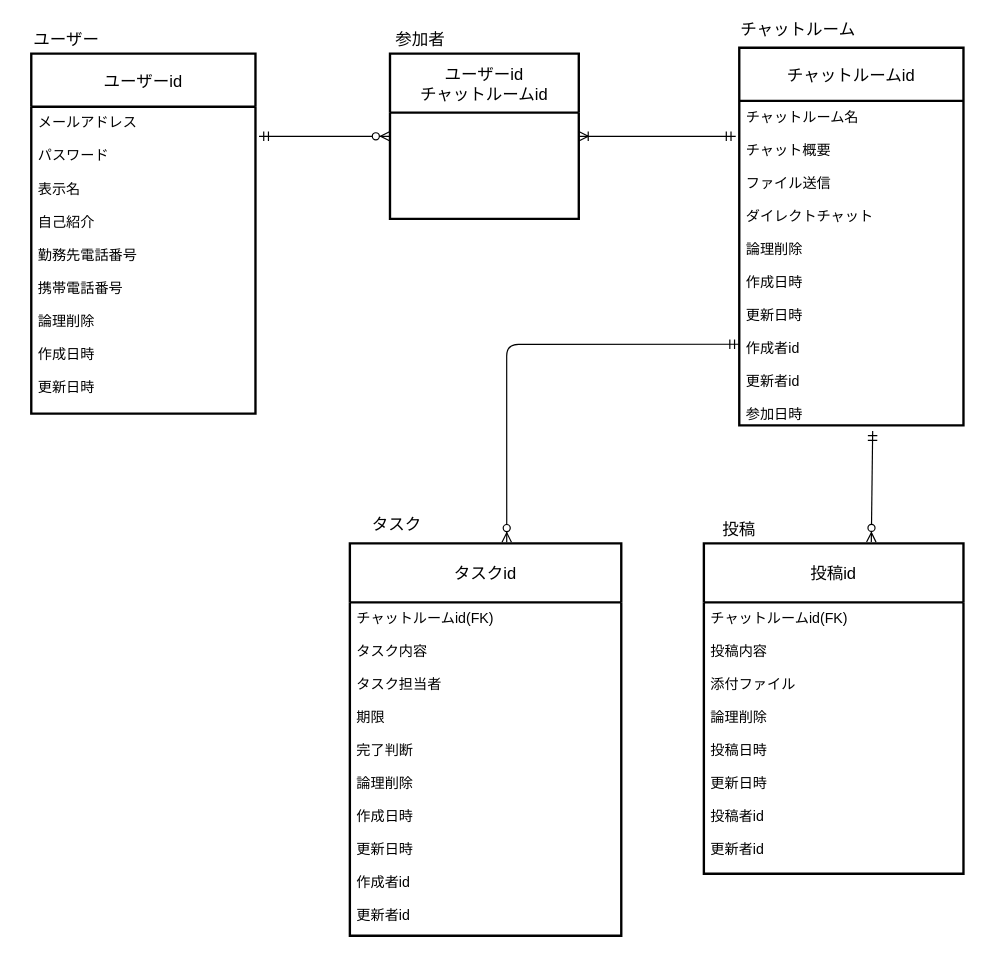
Before: db/db-challenge1/db-challenge1.drawio in MunehiroMachida/quelcode-db, a draw.io diagram. Source tidied: cells renumbered, new cells numbered last; positions are measured from the earlier drawing's top-left corner, leaving out a move shared by most shapes. Both pictures are drawn from the tidied source at 118%, with x=0, y=0 at pixel (19, 22).
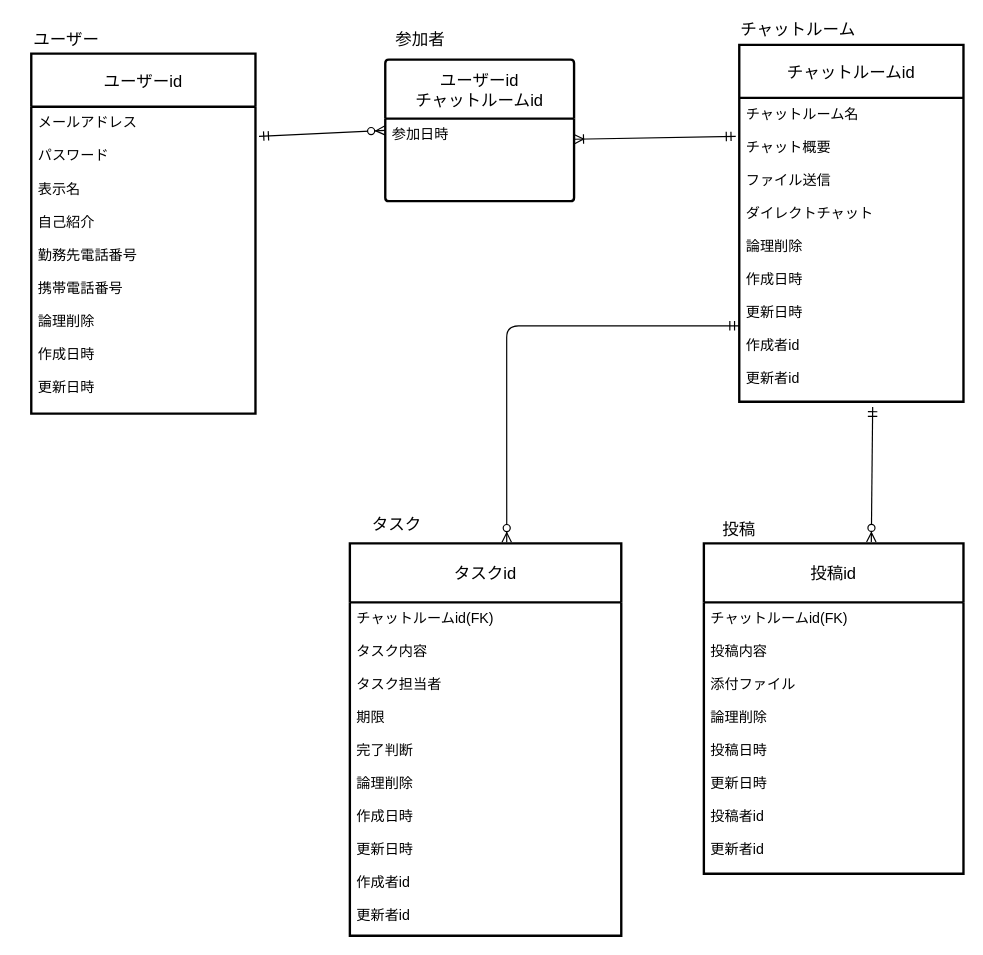
The same diagram, later.

Commit message:
参加日時_修正

What changed in the source:
```diff
@@
-    <mxCell id="7" style="fontSize=12;html=1;endArrow=ERoneToMany;startArrow=ERmandOne;entryX=1;entryY=0.5;entryDx=0;entryDy=0;" parent="1" edge="1" target="9">
+    <mxCell id="7" style="fontSize=12;html=1;endArrow=ERoneToMany;startArrow=ERmandOne;entryX=1;entryY=0.25;entryDx=0;entryDy=0;" parent="1" edge="1" target="20">
       <mxGeometry relative="1" as="geometry">
         <mxPoint x="607" y="96" as="sourcePoint" />
       </mxGeometry>
     </mxCell>
@@
-    <mxCell id="9" value="ユーザーid&#10;チャットルームid" style="swimlane;horizontal=1;startSize=50;rounded=1;fontSize=14;fontStyle=0;strokeWidth=2;shadow=0;dashed=0;align=center;arcSize=0;" parent="1" vertex="1">
-      <mxGeometry x="314" y="26" width="160" height="140" as="geometry" />
-    </mxCell>
@@
+    <mxCell id="9" value="ユーザーid&#10;チャットルームid" style="swimlane;horizontal=1;startSize=50;rounded=1;fontSize=14;fontStyle=0;strokeWidth=2;shadow=0;dashed=0;align=center;arcSize=2;" parent="1" vertex="1">
+      <mxGeometry x="310" y="31" width="160" height="120" as="geometry" />
+    </mxCell>
+    <mxCell id="20" value="参加日時" style="align=left;strokeColor=none;fillColor=none;spacingLeft=4;fontSize=12;verticalAlign=top;" parent="9" vertex="1">
+      <mxGeometry y="50" width="160" height="70" as="geometry" />
+    </mxCell>
     <mxCell id="18" value="チャットルームid" style="swimlane;horizontal=1;startSize=45;rounded=1;fontSize=14;fontStyle=0;strokeWidth=2;shadow=0;dashed=0;align=center;arcSize=0;" parent="1" vertex="1">
-      <mxGeometry x="610" y="21" width="190" height="320" as="geometry" />
+      <mxGeometry x="610" y="18.5" width="190" height="302.5" as="geometry" />
     </mxCell>
-    <mxCell id="19" value="チャットルーム名&#10;&#10;チャット概要&#10;&#10;ファイル送信&#10;&#10;ダイレクトチャット&#10;&#10;論理削除&#10;&#10;作成日時&#10;&#10;更新日時&#10;&#10;作成者id&#10;&#10;更新者id&#10;&#10;参加日時" style="align=left;strokeColor=none;fillColor=none;spacingLeft=4;fontSize=12;verticalAlign=top;" parent="18" vertex="1">
-      <mxGeometry y="45" width="190" height="275" as="geometry" />
+    <mxCell id="19" value="チャットルーム名&#10;&#10;チャット概要&#10;&#10;ファイル送信&#10;&#10;ダイレクトチャット&#10;&#10;論理削除&#10;&#10;作成日時&#10;&#10;更新日時&#10;&#10;作成者id&#10;&#10;更新者id&#10;&#10;" style="align=left;strokeColor=none;fillColor=none;spacingLeft=4;fontSize=12;verticalAlign=top;" parent="18" vertex="1">
+      <mxGeometry y="45" width="190" height="257.5" as="geometry" />
     </mxCell>
```
